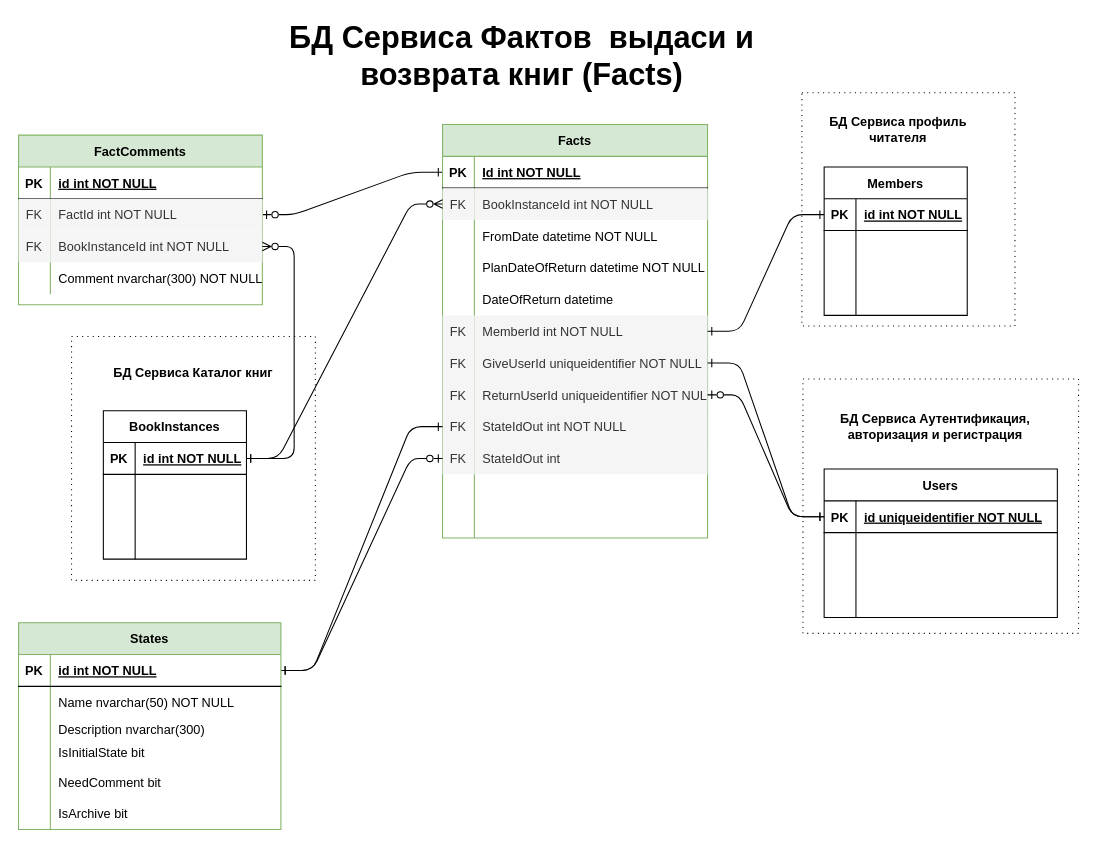
Above: Docs/БД сервиса Facts.drawio in SakhalinNovosibirskTomsk/Facts (draw.io), before the change. Source tidied: cells renumbered, new cells numbered last; positions are measured from the earlier drawing's top-left corner, leaving out a move shared by most shapes. Both pictures are drawn from the tidied source at 106%, with x=0, y=0 at pixel (18, 39).
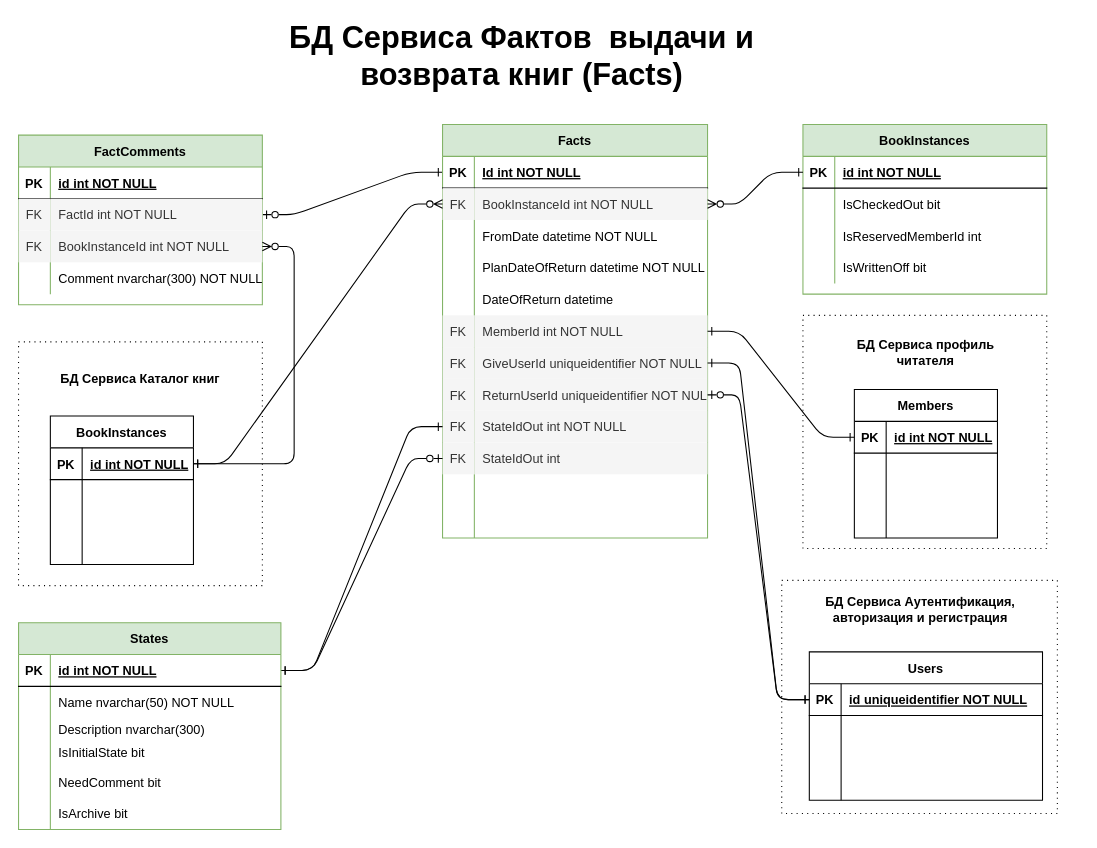
After the change.

The change refers to these unchanged cells:
```xml
<mxCell id="11" style="shape=partialRectangle;fillColor=none;points=[[0,0.5],[1,0.5]];portConstraint=eastwest;top=0;left=0;right=0;bottom=0;" parent="7" vertex="1">
  <mxGeometry y="60" width="250" height="30" as="geometry" />
</mxCell>
```

Change to the diagram source:
```diff
@@
     <mxCell id="2" style="rounded=0;whiteSpace=wrap;html=1;dashed=1;dashPattern=1 4;" parent="1" vertex="1">
-      <mxGeometry x="739" y="50" width="201" height="220" as="geometry" />
+      <mxGeometry x="740" y="260" width="230" height="220" as="geometry" />
     </mxCell>
     <mxCell id="3" style="rounded=0;whiteSpace=wrap;html=1;dashed=1;dashPattern=1 4;" parent="1" vertex="1">
-      <mxGeometry x="50" y="280" width="230" height="230" as="geometry" />
+      <mxGeometry y="285" width="230" height="230" as="geometry" />
     </mxCell>
     <mxCell id="4" style="rounded=0;whiteSpace=wrap;html=1;dashed=1;dashPattern=1 4;" parent="1" vertex="1">
-      <mxGeometry x="740" y="320" width="260" height="240" as="geometry" />
+      <mxGeometry x="720" y="510" width="260" height="220" as="geometry" />
     </mxCell>
@@
-    <mxCell id="6" value="БД Сервиса Фактов&amp;nbsp; выдаси и возврата книг (Facts)" style="text;html=1;align=center;verticalAlign=middle;whiteSpace=wrap;rounded=0;fontSize=29;fontStyle=1;" parent="1" vertex="1">
+    <mxCell id="6" value="БД Сервиса Фактов&amp;nbsp; выдачи и возврата книг (Facts)" style="text;html=1;align=center;verticalAlign=middle;whiteSpace=wrap;rounded=0;fontSize=29;fontStyle=1;" parent="1" vertex="1">
       <mxGeometry x="230" width="490" height="30" as="geometry" />
     </mxCell>
@@
     <mxCell id="57" value="Users" style="shape=table;startSize=30;childLayout=tableLayout;rowLines=0;fontStyle=1;align=center;" parent="1" vertex="1">
-      <mxGeometry x="760" y="405" width="220" height="140" as="geometry" />
+      <mxGeometry x="746" y="577.5" width="220" height="140" as="geometry" />
     </mxCell>
@@
     <mxCell id="70" value="BookInstances" style="shape=table;startSize=30;childLayout=tableLayout;rowLines=0;fontStyle=1;align=center;" parent="1" vertex="1">
-      <mxGeometry x="80" y="350" width="135" height="140" as="geometry" />
+      <mxGeometry x="30" y="355" width="135" height="140" as="geometry" />
     </mxCell>
@@
     <mxCell id="88" value="БД Сервиса Аутентификация, авторизация и регистрация" style="text;html=1;align=center;verticalAlign=middle;whiteSpace=wrap;rounded=0;fontStyle=1;" parent="1" vertex="1">
-      <mxGeometry x="740" y="350" width="250" height="30" as="geometry" />
+      <mxGeometry x="726" y="522.5" width="250" height="30" as="geometry" />
     </mxCell>
     <mxCell id="89" value="БД Сервиса Каталог книг" style="text;html=1;align=center;verticalAlign=middle;whiteSpace=wrap;rounded=0;fontStyle=1;" parent="1" vertex="1">
-      <mxGeometry x="70" y="300" width="190" height="30" as="geometry" />
+      <mxGeometry x="20" y="305" width="190" height="30" as="geometry" />
     </mxCell>
     <mxCell id="90" value="Members" style="shape=table;startSize=30;childLayout=tableLayout;rowLines=0;fontStyle=1;align=center;" parent="1" vertex="1">
-      <mxGeometry x="760" y="120" width="135" height="140" as="geometry" />
+      <mxGeometry x="788.5" y="330" width="135" height="140" as="geometry" />
     </mxCell>
@@
     <mxCell id="103" value="БД Сервиса профиль читателя" style="text;html=1;align=center;verticalAlign=middle;whiteSpace=wrap;rounded=0;fontStyle=1;" parent="1" vertex="1">
-      <mxGeometry x="740" y="70" width="180" height="30" as="geometry" />
+      <mxGeometry x="766" y="280" width="180" height="30" as="geometry" />
     </mxCell>
@@
+    <mxCell id="125" value="BookInstances" style="shape=table;startSize=30;childLayout=tableLayout;rowLines=0;fontStyle=1;align=center;fillColor=#d5e8d4;strokeColor=#82b366;" parent="1" vertex="1">
+      <mxGeometry x="740" y="80" width="230" height="160" as="geometry" />
+    </mxCell>
+    <mxCell id="126" style="shape=partialRectangle;fillColor=none;points=[[0,0.5],[1,0.5]];portConstraint=eastwest;top=0;left=0;right=0;bottom=1;" parent="125" vertex="1">
+      <mxGeometry y="30" width="230" height="30" as="geometry" />
+    </mxCell>
+    <mxCell id="127" value="PK" style="shape=partialRectangle;overflow=hidden;fillColor=none;top=0;left=0;bottom=0;right=0;fontStyle=1;" parent="126" vertex="1">
+      <mxGeometry width="30" height="30" as="geometry" />
+    </mxCell>
+    <mxCell id="128" value="id int NOT NULL " style="shape=partialRectangle;overflow=hidden;fillColor=none;top=0;left=0;bottom=0;right=0;align=left;spacingLeft=6;fontStyle=5;" parent="126" vertex="1">
+      <mxGeometry x="30" width="200" height="30" as="geometry" />
+    </mxCell>
+    <mxCell id="129" style="shape=partialRectangle;fillColor=none;top=0;left=0;right=0;bottom=0;" parent="125" vertex="1">
+      <mxGeometry y="60" width="230" height="30" as="geometry" />
+    </mxCell>
+    <mxCell id="130" style="shape=partialRectangle;overflow=hidden;fillColor=none;top=0;left=0;bottom=0;right=0;" parent="129" vertex="1">
+      <mxGeometry width="30" height="30" as="geometry" />
+    </mxCell>
+    <mxCell id="131" value="IsCheckedOut bit" style="shape=partialRectangle;overflow=hidden;fillColor=none;top=0;left=0;bottom=0;right=0;align=left;spacingLeft=6;" parent="129" vertex="1">
+      <mxGeometry x="30" width="200" height="30" as="geometry" />
+    </mxCell>
+    <mxCell id="132" style="shape=partialRectangle;fillColor=none;top=0;left=0;right=0;bottom=0;" parent="125" vertex="1">
+      <mxGeometry y="90" width="230" height="30" as="geometry" />
+    </mxCell>
+    <mxCell id="133" style="shape=partialRectangle;overflow=hidden;fillColor=none;top=0;left=0;bottom=0;right=0;" parent="132" vertex="1">
+      <mxGeometry width="30" height="30" as="geometry" />
+    </mxCell>
+    <mxCell id="134" value="IsReservedMemberId int" style="shape=partialRectangle;overflow=hidden;fillColor=none;top=0;left=0;bottom=0;right=0;align=left;spacingLeft=6;" parent="132" vertex="1">
+      <mxGeometry x="30" width="200" height="30" as="geometry" />
+    </mxCell>
+    <mxCell id="135" style="shape=partialRectangle;fillColor=none;top=0;left=0;right=0;bottom=0;" parent="125" vertex="1">
+      <mxGeometry y="120" width="230" height="30" as="geometry" />
+    </mxCell>
+    <mxCell id="136" style="shape=partialRectangle;overflow=hidden;fillColor=none;top=0;left=0;bottom=0;right=0;" parent="135" vertex="1">
+      <mxGeometry width="30" height="30" as="geometry" />
+    </mxCell>
+    <mxCell id="137" value="IsWrittenOff bit" style="shape=partialRectangle;overflow=hidden;fillColor=none;top=0;left=0;bottom=0;right=0;align=left;spacingLeft=6;" parent="135" vertex="1">
+      <mxGeometry x="30" width="200" height="30" as="geometry" />
+    </mxCell>
+    <mxCell id="138" style="edgeStyle=entityRelationEdgeStyle;endArrow=ERone;startArrow=ERzeroToMany;endFill=0;startFill=0;exitX=1;exitY=0.5;exitDx=0;exitDy=0;entryX=0;entryY=0.5;entryDx=0;entryDy=0;" parent="1" edge="1" source="11" target="126">
+      <mxGeometry relative="1" as="geometry" />
+    </mxCell>
```
